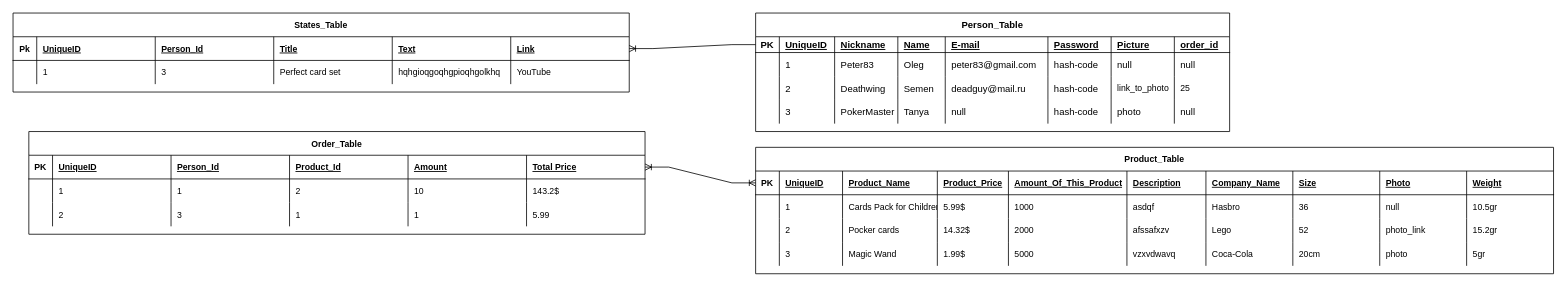
Dorialean/CardsWorld keeps this draw.io diagram as Database EF diagram.drawio. Above is the earlier version. Source tidied: cells renumbered, new cells numbered last; positions are measured from the earlier drawing's top-left corner, leaving out a move shared by most shapes. Both pictures are drawn from the tidied source at 79%, with x=0, y=0 at pixel (13, 13).
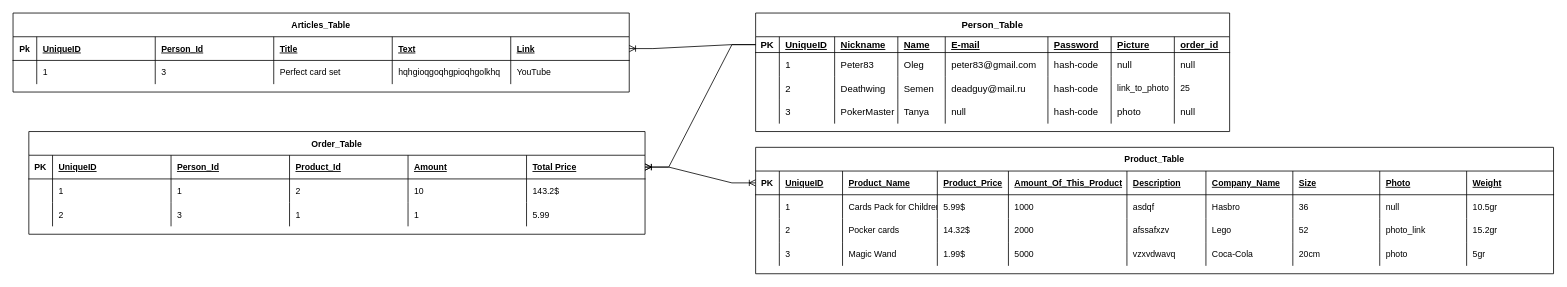
After the change.

The change refers to these unchanged cells:
```xml
<mxCell id="3" style="shape=tableRow;horizontal=0;startSize=0;swimlaneHead=0;swimlaneBody=0;fillColor=none;points=[[0,0.5],[1,0.5]];portConstraint=eastwest;top=0;left=0;right=0;bottom=1;" parent="2" vertex="1">
  <mxGeometry y="30" width="600" height="20" as="geometry" />
</mxCell>
<mxCell id="85" style="shape=tableRow;horizontal=0;startSize=0;swimlaneHead=0;swimlaneBody=0;fillColor=none;points=[[0,0.5],[1,0.5]];portConstraint=eastwest;top=0;left=0;right=0;bottom=1;fontSize=11;" parent="84" vertex="1">
  <mxGeometry y="30" width="780" height="30" as="geometry" />
</mxCell>
```

Change to the diagram source:
```diff
@@
-    <mxCell id="106" value="States_Table" style="shape=table;startSize=30;childLayout=tableLayout;rowLines=0;fontStyle=1;align=center;fontSize=11;" parent="1" vertex="1">
+    <mxCell id="106" value="Articles_Table" style="shape=table;startSize=30;childLayout=tableLayout;rowLines=0;fontStyle=1;align=center;fontSize=11;" parent="1" vertex="1">
       <mxGeometry width="780" height="100" as="geometry" />
     </mxCell>
@@
+    <mxCell id="123" style="edgeStyle=entityRelationEdgeStyle;fontSize=12;html=1;endArrow=ERoneToMany;rounded=0;exitX=0;exitY=0.5;exitDx=0;exitDy=0;entryX=1;entryY=0.5;entryDx=0;entryDy=0;" parent="1" edge="1" source="3" target="85">
+      <mxGeometry relative="1" as="geometry" />
+    </mxCell>
```
